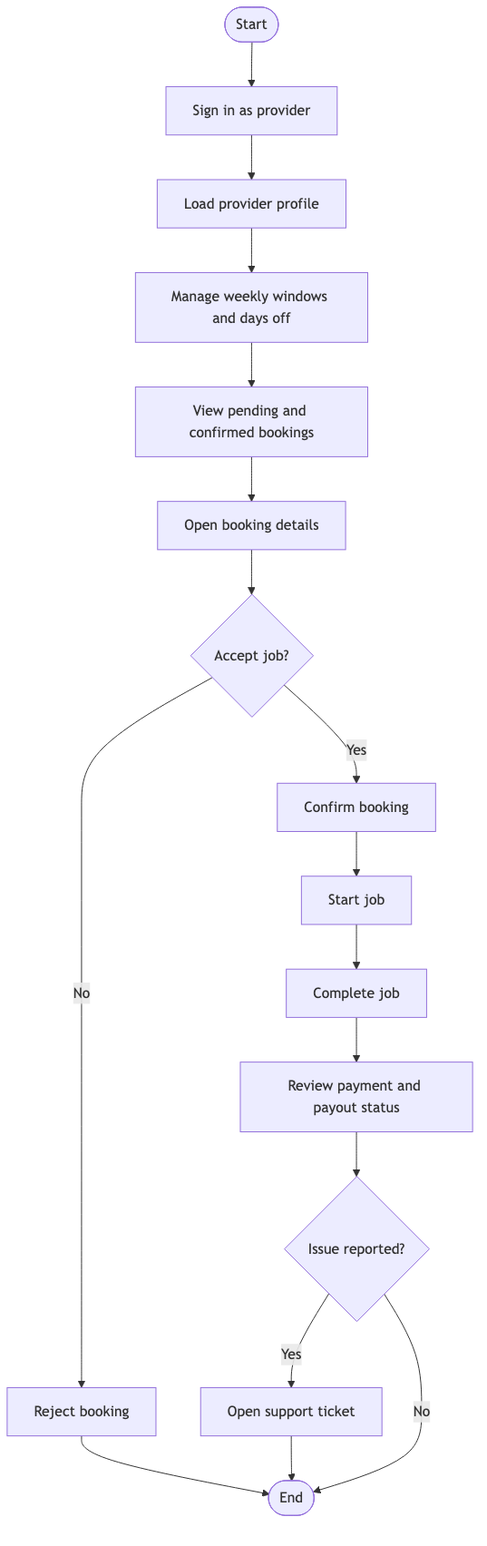
Earlier version of the Mermaid export docs/diagrams/exports/png/09-provider-job-activity.png (shmce/servease-locked-in). Its source is kept beside it as docs/diagrams/source/09-provider-job-activity.mmd. Its diagram source:
```mermaid
flowchart TD
  start([Start])
  login[Sign in as provider]
  profile[Load provider profile]
  availability[Manage weekly windows and days off]
  list[View pending and confirmed bookings]
  inspect[Open booking details]
  decide{Accept job?}
  reject[Reject booking]
  confirm[Confirm booking]
  arrive[Start job]
  complete[Complete job]
  payout[Review payment and payout status]
  support{Issue reported?}
  ticket[Open support ticket]
  finish([End])

  start --> login --> profile --> availability --> list --> inspect --> decide
  decide -->|No| reject --> finish
  decide -->|Yes| confirm --> arrive --> complete --> payout --> support
  support -->|Yes| ticket --> finish
  support -->|No| finish
```
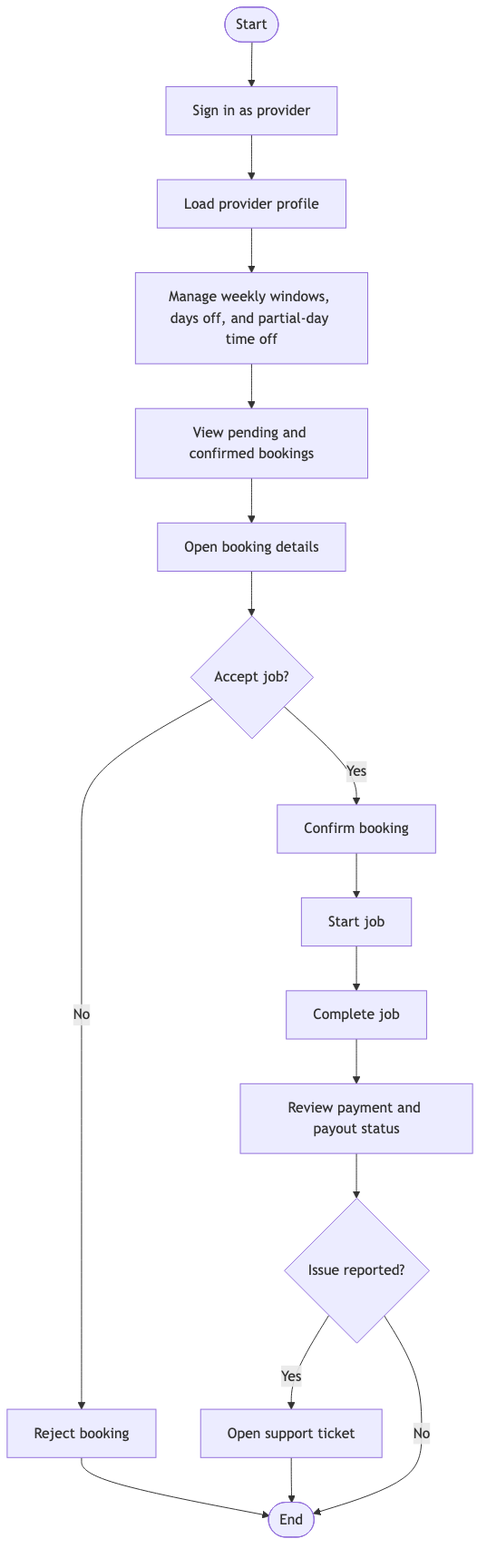
The same diagram one commit later.

Diff of the diagram source:
```diff
@@ -2,7 +2,7 @@
   start([Start])
   login[Sign in as provider]
   profile[Load provider profile]
-  availability[Manage weekly windows and days off]
+  availability[Manage weekly windows, days off, and partial-day time off]
   list[View pending and confirmed bookings]
   inspect[Open booking details]
   decide{Accept job?}
```
